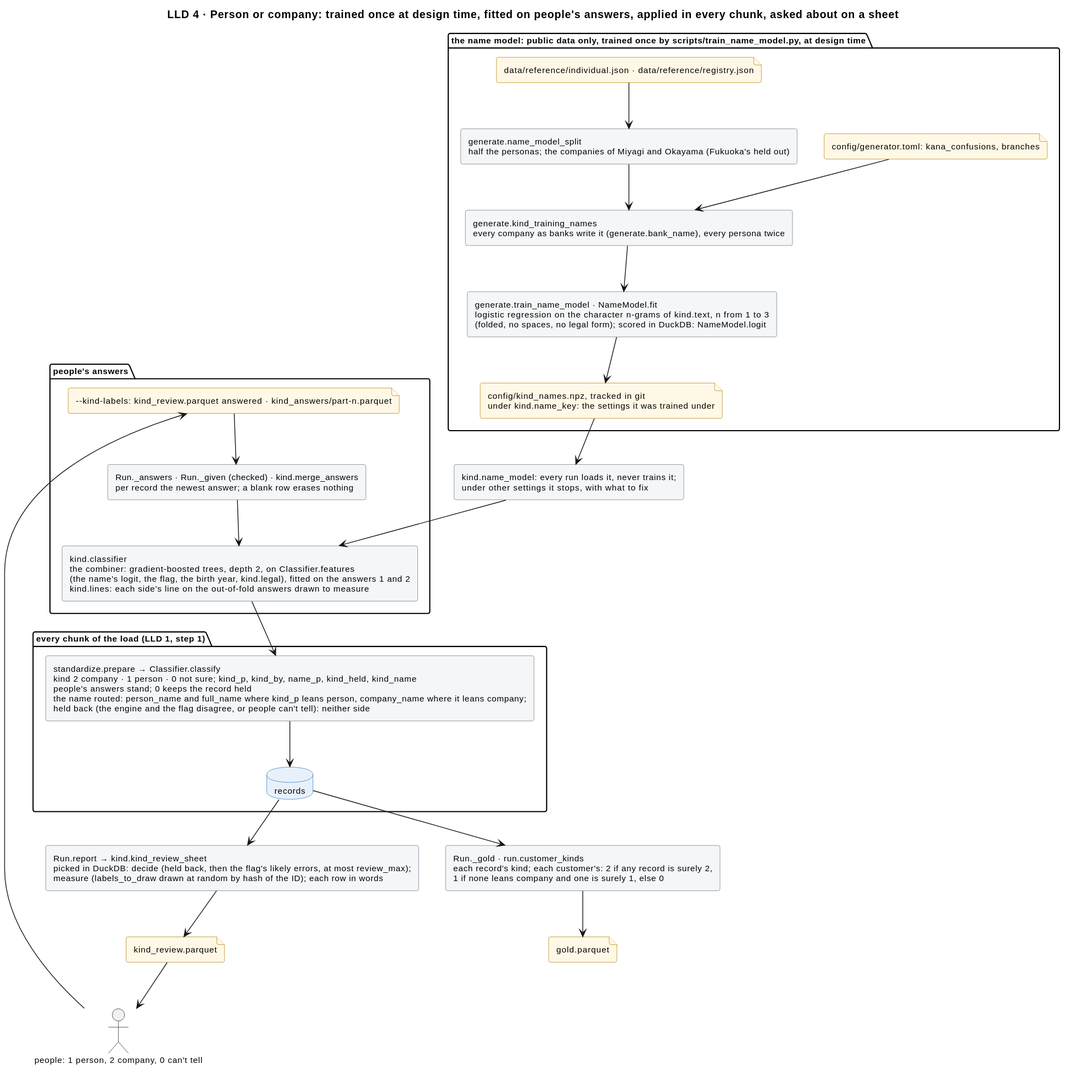
mvsbm/entity_matching keeps this PlantUML diagram as docs/diagrams/kind.svg. Above is the earlier version.
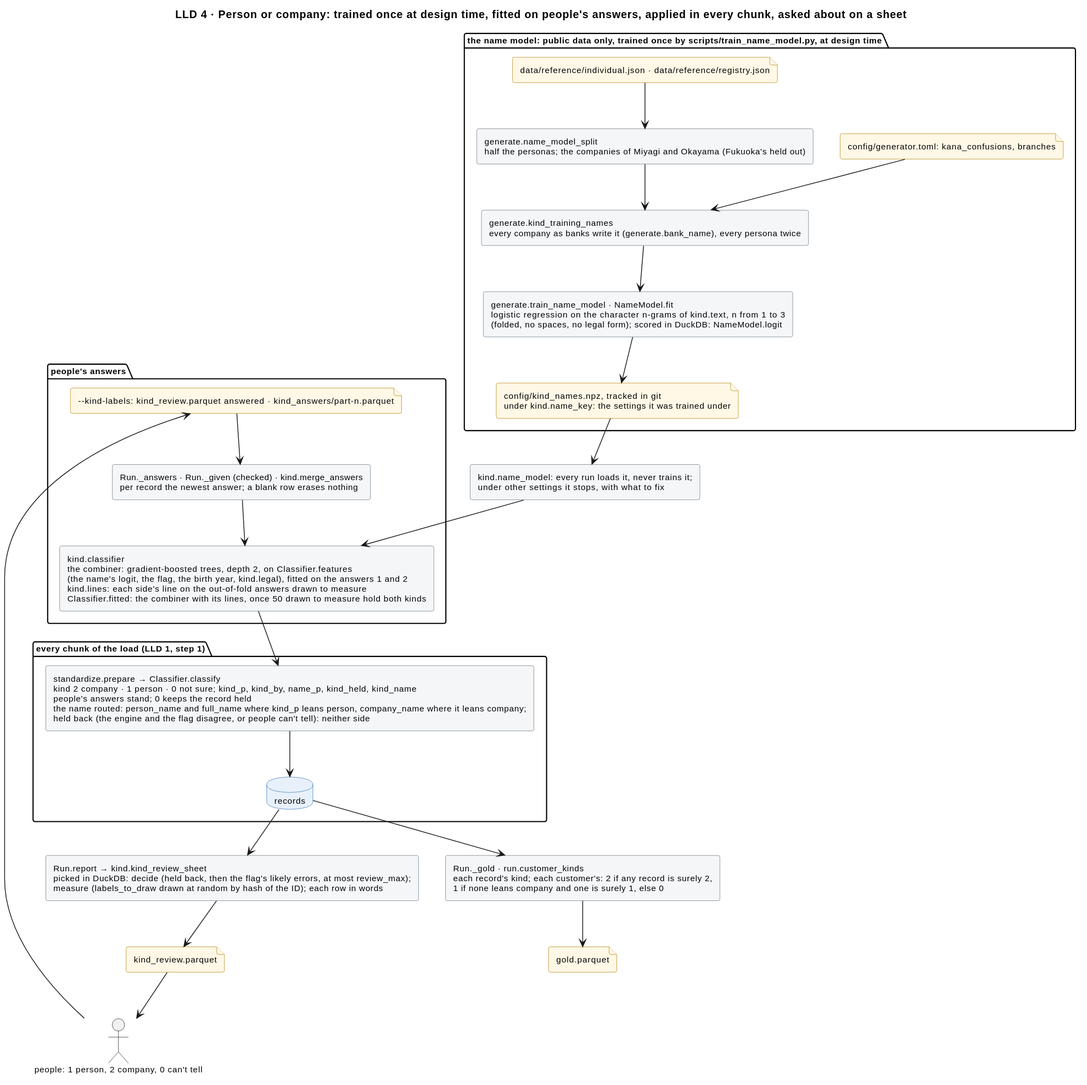
After the change.

Diff of the diagram source:
```diff
@@ -27,7 +27,7 @@
 package "people's answers" {
   file "~--kind-labels: kind_review.parquet answered · kind_answers/part-n.parquet" as f_answers
   rectangle "Run._answers · Run._given (checked) · kind.merge_answers\nper record the newest answer; a blank row erases nothing" as merge
-  rectangle "kind.classifier\nthe combiner: gradient-boosted trees, depth 2, on Classifier.features\n(the name's logit, the flag, the birth year, kind.legal), fitted on the answers 1 and 2\nkind.lines: each side's line on the out-of-fold answers drawn to measure" as fit
+  rectangle "kind.classifier\nthe combiner: gradient-boosted trees, depth 2, on Classifier.features\n(the name's logit, the flag, the birth year, kind.legal), fitted on the answers 1 and 2\nkind.lines: each side's line on the out-of-fold answers drawn to measure\nClassifier.fitted: the combiner with its lines, once 50 drawn to measure hold both kinds" as fit
 }
 
 package "every chunk of the load (LLD 1, step 1)" {
```
